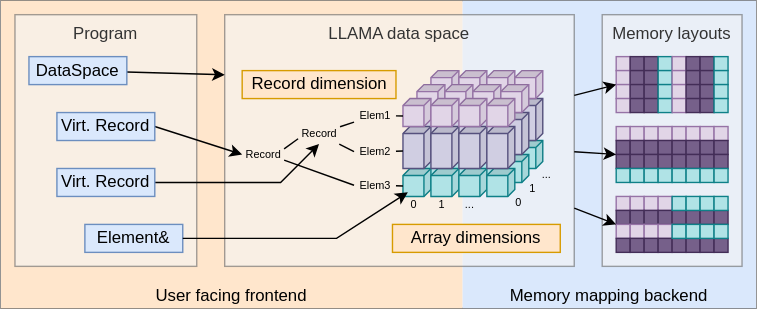
Earlier version of the draw.io export docs/images/concept.svg (alpaka-group/llama). Source tidied: cells renumbered, new cells last; positions are measured from the earlier drawing's top-left corner, leaving out a move shared by most shapes.
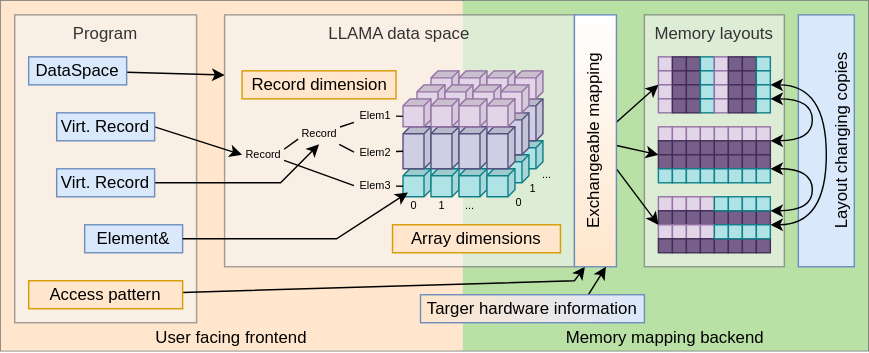
Later version of the same file.

Commit message:
extend concept graphic

Add access pattern, target hardware info, exchangeable mapping and layout changing copies.

What changed in the source:
```diff
@@ -3,19 +3,19 @@
     <mxCell id="0" />
     <mxCell id="1" parent="0" />
     <mxCell id="2" style="rounded=0;whiteSpace=wrap;html=1;opacity=60;fillColor=none;" parent="1" vertex="1">
-      <mxGeometry width="540" height="220" as="geometry" />
+      <mxGeometry width="620" height="250" as="geometry" />
     </mxCell>
-    <mxCell id="3" value="Memory mapping backend" style="rounded=0;whiteSpace=wrap;html=1;fillColor=#dae8fc;verticalAlign=bottom;strokeColor=none;" parent="1" vertex="1">
-      <mxGeometry x="330" width="210" height="220" as="geometry" />
+    <mxCell id="3" value="Memory mapping backend" style="rounded=0;whiteSpace=wrap;html=1;verticalAlign=bottom;strokeColor=none;fillColor=#B9E0A5;" parent="1" vertex="1">
+      <mxGeometry x="330" width="290" height="250" as="geometry" />
     </mxCell>
     <mxCell id="4" value="User facing frontend" style="rounded=0;whiteSpace=wrap;html=1;fillColor=#ffe6cc;verticalAlign=bottom;strokeColor=none;" parent="1" vertex="1">
-      <mxGeometry width="330" height="220" as="geometry" />
+      <mxGeometry width="330" height="250" as="geometry" />
     </mxCell>
     <mxCell id="5" value="LLAMA data space" style="rounded=0;whiteSpace=wrap;html=1;fillColor=#f5f5f5;strokeColor=#666666;fontColor=#333333;verticalAlign=top;opacity=60;" parent="1" vertex="1">
       <mxGeometry x="160" y="10" width="250" height="180" as="geometry" />
     </mxCell>
     <mxCell id="6" value="Program" style="rounded=0;whiteSpace=wrap;html=1;fillColor=#f5f5f5;strokeColor=#666666;fontColor=#333333;verticalAlign=top;opacity=60;" parent="1" vertex="1">
-      <mxGeometry x="10" y="10" width="130" height="180" as="geometry" />
+      <mxGeometry x="10" y="10" width="130" height="220" as="geometry" />
     </mxCell>
     <mxCell id="7" value="Record dimension" style="rounded=0;whiteSpace=wrap;html=1;fillColor=#ffe6cc;strokeColor=#d79b00;rotation=0;" parent="1" vertex="1">
       <mxGeometry x="172.5" y="50" width="110" height="20" as="geometry" />
@@ -220,10 +220,10 @@
       </mxGeometry>
     </mxCell>
     <mxCell id="71" value="Memory layouts" style="rounded=0;whiteSpace=wrap;html=1;fillColor=#f5f5f5;strokeColor=#666666;fontColor=#333333;verticalAlign=top;opacity=60;" parent="1" vertex="1">
-      <mxGeometry x="430" y="10" width="100" height="180" as="geometry" />
+      <mxGeometry x="460" y="10" width="100" height="180" as="geometry" />
     </mxCell>
     <mxCell id="72" style="group;" parent="1" vertex="1">
-      <mxGeometry x="440" y="90" width="80" height="40" as="geometry" />
+      <mxGeometry x="470" y="90" width="80" height="40" as="geometry" />
     </mxCell>
     <mxCell id="73" style="rounded=0;whiteSpace=wrap;html=1;fillColor=#e1d5e7;strokeColor=#9673a6;" parent="72" vertex="1">
       <mxGeometry width="10" height="10" as="geometry" />
@@ -322,7 +322,7 @@
       <mxGeometry x="70" y="30" width="10" height="10" as="geometry" />
     </mxCell>
     <mxCell id="105" style="group;" parent="1" vertex="1">
-      <mxGeometry x="440" y="40" width="80" height="40" as="geometry" />
+      <mxGeometry x="470" y="40" width="80" height="40" as="geometry" />
     </mxCell>
     <mxCell id="106" style="rounded=0;whiteSpace=wrap;html=1;fillColor=#e1d5e7;strokeColor=#9673a6;" parent="105" vertex="1">
       <mxGeometry width="10" height="10" as="geometry" />
@@ -421,7 +421,7 @@
       <mxGeometry x="70" y="30" width="10" height="10" as="geometry" />
     </mxCell>
     <mxCell id="138" style="group;" parent="1" vertex="1">
-      <mxGeometry x="440" y="140" width="80" height="40" as="geometry" />
+      <mxGeometry x="470" y="140" width="80" height="40" as="geometry" />
     </mxCell>
     <mxCell id="139" style="rounded=0;whiteSpace=wrap;html=1;fillColor=#e1d5e7;strokeColor=#9673a6;" parent="138" vertex="1">
       <mxGeometry width="10" height="10" as="geometry" />
@@ -519,14 +519,62 @@
     <mxCell id="170" style="rounded=0;whiteSpace=wrap;html=1;fillColor=#b0e3e6;strokeColor=#0e8088;" parent="138" vertex="1">
       <mxGeometry x="70" y="20" width="10" height="10" as="geometry" />
     </mxCell>
-    <mxCell id="171" style="rounded=0;jettySize=auto;html=1;entryX=0;entryY=1;entryDx=0;entryDy=0;" parent="1" edge="1" source="5" target="114">
+    <mxCell id="171" style="rounded=0;jettySize=auto;html=1;entryX=0;entryY=1;entryDx=0;entryDy=0;" parent="1" edge="1" source="176" target="114">
       <mxGeometry relative="1" as="geometry" />
     </mxCell>
-    <mxCell id="172" style="edgeStyle=none;rounded=0;jettySize=auto;html=1;entryX=0;entryY=0;entryDx=0;entryDy=0;" parent="1" edge="1" source="5" target="89">
+    <mxCell id="172" style="edgeStyle=none;rounded=0;jettySize=auto;html=1;entryX=0;entryY=0;entryDx=0;entryDy=0;" parent="1" edge="1" source="176" target="89">
       <mxGeometry relative="1" as="geometry" />
     </mxCell>
-    <mxCell id="173" style="edgeStyle=none;rounded=0;jettySize=auto;html=1;entryX=0;entryY=0;entryDx=0;entryDy=0;" parent="1" edge="1" source="5" target="155">
+    <mxCell id="173" style="edgeStyle=none;rounded=0;jettySize=auto;html=1;entryX=0;entryY=0;entryDx=0;entryDy=0;" parent="1" edge="1" source="176" target="155">
       <mxGeometry relative="1" as="geometry" />
     </mxCell>
+    <mxCell id="174" style="rounded=0;jettySize=auto;html=1;entryX=0.25;entryY=1;entryDx=0;entryDy=0;" parent="1" edge="1" source="175" target="176">
+      <mxGeometry relative="1" as="geometry">
+        <Array as="points">
+          <mxPoint x="410" y="200" />
+        </Array>
+      </mxGeometry>
+    </mxCell>
+    <mxCell id="175" value="Access pattern" style="rounded=0;whiteSpace=wrap;html=1;fillColor=#ffe6cc;strokeColor=#d79b00;glass=0;shadow=0;" parent="1" vertex="1">
+      <mxGeometry x="20" y="200" width="110" height="20" as="geometry" />
+    </mxCell>
+    <mxCell id="176" value="Exchangeable mapping" style="rounded=0;whiteSpace=wrap;html=1;strokeColor=#6c8ebf;verticalAlign=top;horizontal=0;gradientColor=#FFE6CC;perimeterSpacing=0;shadow=0;sketch=0;" parent="1" vertex="1">
+      <mxGeometry x="410" y="10" width="30" height="180" as="geometry" />
+    </mxCell>
+    <mxCell id="177" value="Layout changing copies" style="rounded=0;whiteSpace=wrap;html=1;fillColor=#dae8fc;strokeColor=#6c8ebf;verticalAlign=bottom;horizontal=0;" parent="1" vertex="1">
+      <mxGeometry x="570" y="10" width="40" height="180" as="geometry" />
+    </mxCell>
+    <mxCell id="178" style="endArrow=classic;startArrow=classic;html=1;exitX=1;exitY=0;exitDx=0;exitDy=0;entryX=1;entryY=1;entryDx=0;entryDy=0;edgeStyle=orthogonalEdgeStyle;curved=1;" parent="1" edge="1" source="88" target="129">
+      <mxGeometry relative="1" as="geometry">
+        <Array as="points">
+          <mxPoint x="580" y="100" />
+          <mxPoint x="580" y="70" />
+        </Array>
+      </mxGeometry>
+    </mxCell>
+    <mxCell id="179" style="edgeStyle=none;rounded=0;jettySize=auto;html=1;entryX=0.75;entryY=1;entryDx=0;entryDy=0;exitX=0.75;exitY=0;exitDx=0;exitDy=0;" parent="1" edge="1" source="180" target="176">
+      <mxGeometry relative="1" as="geometry" />
+    </mxCell>
+    <mxCell id="180" value="Targer hardware information" style="rounded=0;whiteSpace=wrap;html=1;fillColor=#ffe6cc;rotation=0;gradientDirection=east;gradientColor=#DAE8FC;strokeColor=#6C8EBF;" parent="1" vertex="1">
+      <mxGeometry x="300" y="210" width="160" height="20" as="geometry" />
+    </mxCell>
+    <mxCell id="181" style="endArrow=classic;startArrow=classic;html=1;exitX=1;exitY=0;exitDx=0;exitDy=0;entryX=1;entryY=1;entryDx=0;entryDy=0;edgeStyle=orthogonalEdgeStyle;curved=1;" parent="1" edge="1">
+      <mxGeometry relative="1" as="geometry">
+        <mxPoint x="550" y="150" as="sourcePoint" />
+        <mxPoint x="550" y="120" as="targetPoint" />
+        <Array as="points">
+          <mxPoint x="580" y="150" />
+          <mxPoint x="580" y="120" />
+        </Array>
+      </mxGeometry>
+    </mxCell>
+    <mxCell id="182" style="endArrow=classic;startArrow=classic;html=1;exitX=1;exitY=0;exitDx=0;exitDy=0;entryX=1;entryY=1;entryDx=0;entryDy=0;edgeStyle=orthogonalEdgeStyle;curved=1;" parent="1" edge="1" source="170" target="121">
+      <mxGeometry relative="1" as="geometry">
+        <Array as="points">
+          <mxPoint x="590" y="160" />
+          <mxPoint x="590" y="60" />
+        </Array>
+      </mxGeometry>
+    </mxCell>
   </root>
 </mxGraphModel>
```
